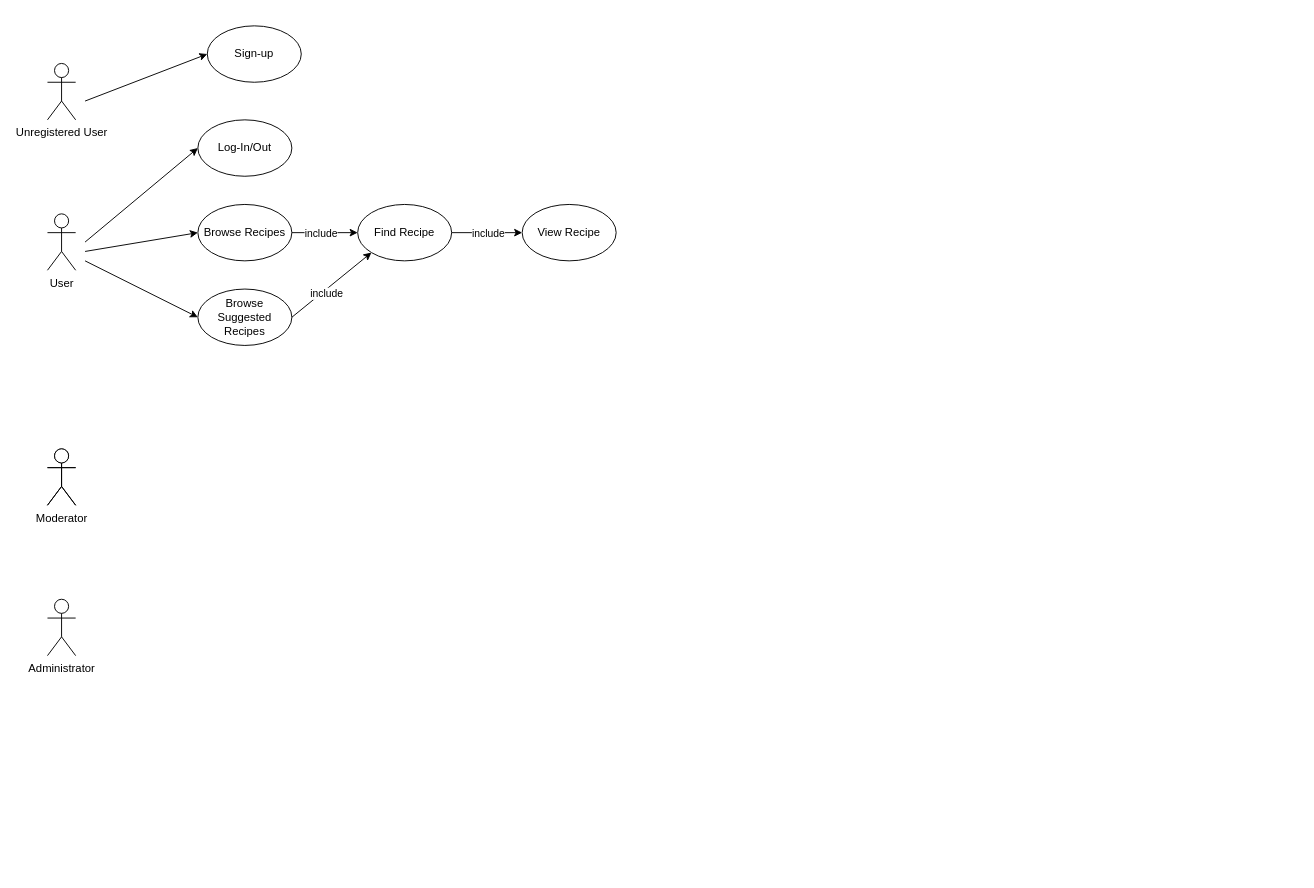
This is Documents/drawio/UseCaseDiagram.drawio from fraie98/JustRecipe, a draw.io file, before an edit. Source tidied: cells renumbered, new cells numbered last; positions are measured from the earlier drawing's top-left corner, leaving out a move shared by most shapes. Both pictures are drawn from the tidied source at 94%, with x=0, y=0 at pixel (47, 25).
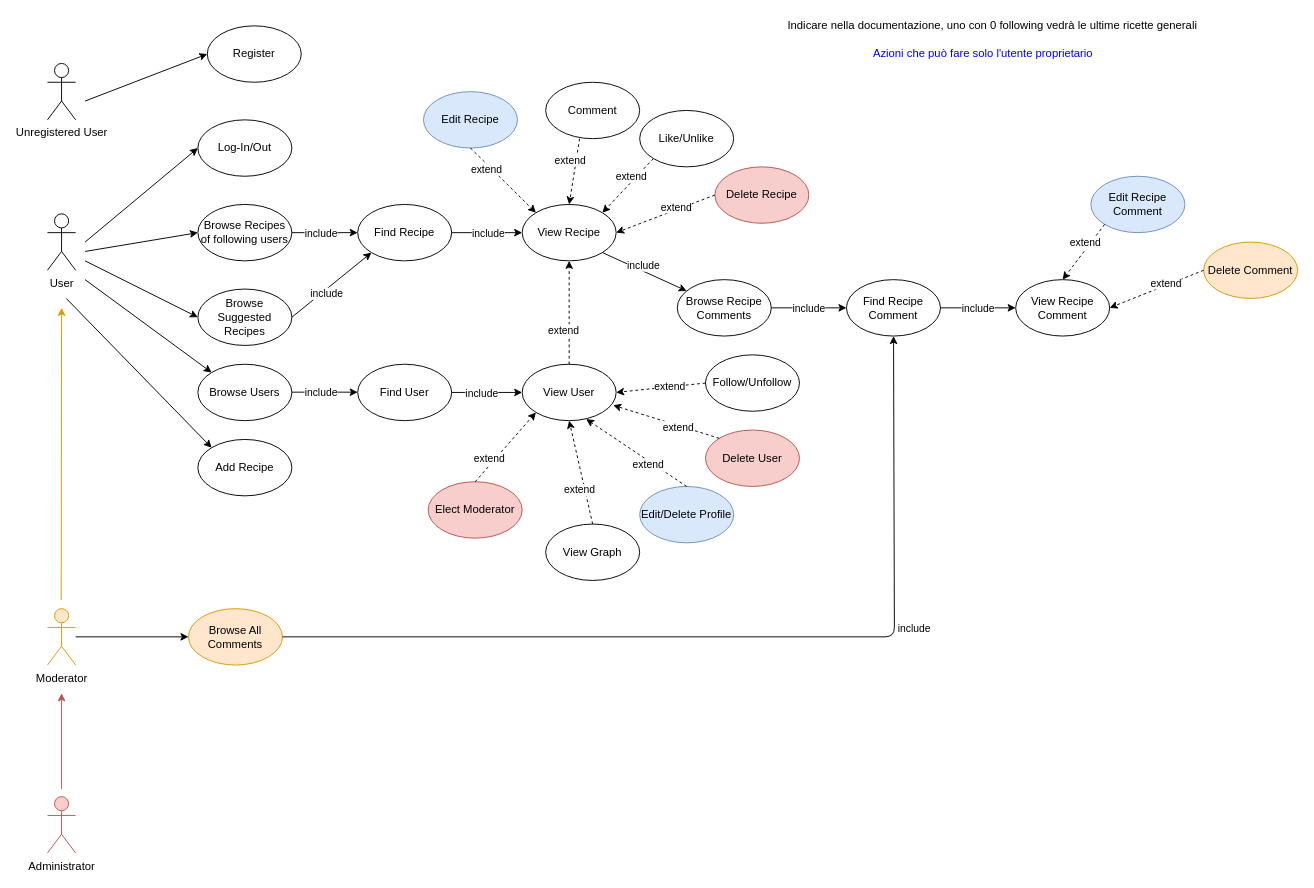
The same page after the edit.

Unchanged cells that the change refers to:
```xml
<mxCell id="13" value="View Recipe" style="ellipse;whiteSpace=wrap;html=1;" parent="1" vertex="1">
  <mxGeometry x="505" y="190" width="100" height="60" as="geometry" />
</mxCell>
```

What changed in the source:
```diff
@@
-    <mxCell id="2" value="Moderator" style="shape=umlActor;verticalLabelPosition=bottom;verticalAlign=top;html=1;outlineConnect=0;" parent="1" vertex="1">
-      <mxGeometry y="450" width="30" height="60" as="geometry" />
+    <mxCell id="2" value="Moderator" style="shape=umlActor;verticalLabelPosition=bottom;verticalAlign=top;html=1;outlineConnect=0;fillColor=#ffe6cc;strokeColor=#d79b00;" parent="1" vertex="1">
+      <mxGeometry y="620" width="30" height="60" as="geometry" />
     </mxCell>
-    <mxCell id="3" style="shape=umlActor;verticalLabelPosition=bottom;verticalAlign=top;html=1;" parent="1" vertex="1">
-      <mxGeometry y="450" width="30" height="60" as="geometry" />
-    </mxCell>
@@
-    <mxCell id="6" value="Administrator" style="shape=umlActor;verticalLabelPosition=bottom;verticalAlign=top;html=1;" parent="1" vertex="1">
-      <mxGeometry y="610" width="30" height="60" as="geometry" />
+    <mxCell id="6" value="Administrator" style="shape=umlActor;verticalLabelPosition=bottom;verticalAlign=top;html=1;fillColor=#f8cecc;strokeColor=#b85450;" parent="1" vertex="1">
+      <mxGeometry y="820" width="30" height="60" as="geometry" />
     </mxCell>
-    <mxCell id="7" value="Sign-up" style="ellipse;whiteSpace=wrap;html=1;" parent="1" vertex="1">
+    <mxCell id="7" value="Register" style="ellipse;whiteSpace=wrap;html=1;" parent="1" vertex="1">
       <mxGeometry x="170" width="100" height="60" as="geometry" />
     </mxCell>
@@
-    <mxCell id="11" value="Browse Recipes" style="ellipse;whiteSpace=wrap;html=1;" parent="1" vertex="1">
+    <mxCell id="11" value="Browse Recipes of following users" style="ellipse;whiteSpace=wrap;html=1;" parent="1" vertex="1">
       <mxGeometry x="160" y="190" width="100" height="60" as="geometry" />
     </mxCell>
@@
+    <mxCell id="23" value="Indicare nella documentazione, uno con 0 following vedrà le ultime ricette generali" style="text;html=1;align=center;verticalAlign=middle;" parent="1" vertex="1">
+      <mxGeometry x="780" y="-10" width="450" height="20" as="geometry" />
+    </mxCell>
+    <mxCell id="24" value="Browse Users" style="ellipse;whiteSpace=wrap;html=1;" parent="1" vertex="1">
+      <mxGeometry x="160" y="360" width="100" height="60" as="geometry" />
+    </mxCell>
+    <mxCell id="25" value="Find User" style="ellipse;whiteSpace=wrap;html=1;" parent="1" vertex="1">
+      <mxGeometry x="330" y="360" width="100" height="60" as="geometry" />
+    </mxCell>
+    <mxCell id="26" value="View User" style="ellipse;whiteSpace=wrap;html=1;" parent="1" vertex="1">
+      <mxGeometry x="505" y="360" width="100" height="60" as="geometry" />
+    </mxCell>
+    <mxCell id="27" value="Follow/Unfollow" style="ellipse;whiteSpace=wrap;html=1;" parent="1" vertex="1">
+      <mxGeometry x="700" y="350" width="100" height="60" as="geometry" />
+    </mxCell>
+    <mxCell id="28" style="endArrow=classic;html=1;entryX=0;entryY=0;entryDx=0;entryDy=0;" parent="1" edge="1" target="24">
+      <mxGeometry relative="1" as="geometry">
+        <mxPoint x="40" y="270" as="sourcePoint" />
+      </mxGeometry>
+    </mxCell>
+    <mxCell id="29" style="endArrow=classic;html=1;exitX=1;exitY=0.5;exitDx=0;exitDy=0;" parent="1" edge="1">
+      <mxGeometry relative="1" as="geometry">
+        <mxPoint x="260" y="389.7" as="sourcePoint" />
+        <mxPoint x="330" y="389.7" as="targetPoint" />
+      </mxGeometry>
+    </mxCell>
+    <mxCell id="30" value="include" style="edgeLabel;html=1;align=center;verticalAlign=middle;" parent="29" vertex="1">
+      <mxGeometry x="-0.27" y="-2" relative="1" as="geometry">
+        <mxPoint x="4.5" y="-2" as="offset" />
+      </mxGeometry>
+    </mxCell>
+    <mxCell id="31" style="endArrow=classic;html=1;exitX=1;exitY=0.5;exitDx=0;exitDy=0;entryX=0;entryY=0.5;entryDx=0;entryDy=0;" parent="1" edge="1" source="25" target="26">
+      <mxGeometry relative="1" as="geometry" />
+    </mxCell>
+    <mxCell id="32" value="include" style="edgeLabel;html=1;align=center;verticalAlign=middle;" parent="31" vertex="1">
+      <mxGeometry x="-0.27" y="-2" relative="1" as="geometry">
+        <mxPoint x="4.5" y="-2" as="offset" />
+      </mxGeometry>
+    </mxCell>
+    <mxCell id="33" style="endArrow=classic;html=1;entryX=1;entryY=0.5;entryDx=0;entryDy=0;exitX=0;exitY=0.5;exitDx=0;exitDy=0;dashed=1;" parent="1" edge="1" source="27" target="26">
+      <mxGeometry relative="1" as="geometry" />
+    </mxCell>
+    <mxCell id="34" value="extend" style="edgeLabel;html=1;align=center;verticalAlign=middle;" parent="33" vertex="1">
+      <mxGeometry x="-0.34" relative="1" as="geometry">
+        <mxPoint x="-6.7" y="-0.2" as="offset" />
+      </mxGeometry>
+    </mxCell>
+    <mxCell id="35" value="Comment" style="ellipse;whiteSpace=wrap;html=1;" parent="1" vertex="1">
+      <mxGeometry x="530" y="60" width="100" height="60" as="geometry" />
+    </mxCell>
+    <mxCell id="36" value="Like/Unlike" style="ellipse;whiteSpace=wrap;html=1;" parent="1" vertex="1">
+      <mxGeometry x="630" y="90" width="100" height="60" as="geometry" />
+    </mxCell>
+    <mxCell id="37" style="endArrow=classic;html=1;entryX=0.5;entryY=0;entryDx=0;entryDy=0;exitX=0.361;exitY=1;exitDx=0;exitDy=0;dashed=1;exitPerimeter=0;" parent="1" edge="1" source="35" target="13">
+      <mxGeometry relative="1" as="geometry" />
+    </mxCell>
+    <mxCell id="38" value="extend" style="edgeLabel;html=1;align=center;verticalAlign=middle;" parent="37" vertex="1">
+      <mxGeometry x="-0.34" relative="1" as="geometry">
+        <mxPoint x="-6.7" y="-0.2" as="offset" />
+      </mxGeometry>
+    </mxCell>
+    <mxCell id="39" style="endArrow=classic;html=1;entryX=0.5;entryY=1;entryDx=0;entryDy=0;exitX=0.5;exitY=0;exitDx=0;exitDy=0;dashed=1;" parent="1" edge="1" source="26" target="13">
+      <mxGeometry relative="1" as="geometry" />
+    </mxCell>
+    <mxCell id="40" value="extend" style="edgeLabel;html=1;align=center;verticalAlign=middle;" parent="39" vertex="1">
+      <mxGeometry x="-0.34" relative="1" as="geometry">
+        <mxPoint x="-6.7" y="-0.2" as="offset" />
+      </mxGeometry>
+    </mxCell>
+    <mxCell id="41" style="endArrow=classic;html=1;entryX=1;entryY=0;entryDx=0;entryDy=0;exitX=0;exitY=1;exitDx=0;exitDy=0;dashed=1;" parent="1" edge="1" source="36" target="13">
+      <mxGeometry relative="1" as="geometry" />
+    </mxCell>
+    <mxCell id="42" value="extend" style="edgeLabel;html=1;align=center;verticalAlign=middle;" parent="41" vertex="1">
+      <mxGeometry x="-0.34" relative="1" as="geometry">
+        <mxPoint x="-6.7" y="-0.2" as="offset" />
+      </mxGeometry>
+    </mxCell>
+    <mxCell id="43" value="Browse Recipe Comments" style="ellipse;whiteSpace=wrap;html=1;" parent="1" vertex="1">
+      <mxGeometry x="670" y="270" width="100" height="60" as="geometry" />
+    </mxCell>
+    <mxCell id="44" value="Find Recipe Comment" style="ellipse;whiteSpace=wrap;html=1;" parent="1" vertex="1">
+      <mxGeometry x="850" y="270" width="100" height="60" as="geometry" />
+    </mxCell>
+    <mxCell id="45" value="View Recipe Comment" style="ellipse;whiteSpace=wrap;html=1;" parent="1" vertex="1">
+      <mxGeometry x="1030" y="270" width="100" height="60" as="geometry" />
+    </mxCell>
+    <mxCell id="46" value="Edit Recipe" style="ellipse;whiteSpace=wrap;html=1;fillColor=#dae8fc;strokeColor=#6c8ebf;" parent="1" vertex="1">
+      <mxGeometry x="400" y="70" width="100" height="60" as="geometry" />
+    </mxCell>
+    <mxCell id="47" style="endArrow=classic;html=1;entryX=0;entryY=0;entryDx=0;entryDy=0;exitX=0.5;exitY=1;exitDx=0;exitDy=0;dashed=1;" parent="1" edge="1" source="46" target="13">
+      <mxGeometry relative="1" as="geometry" />
+    </mxCell>
+    <mxCell id="48" value="extend" style="edgeLabel;html=1;align=center;verticalAlign=middle;" parent="47" vertex="1">
+      <mxGeometry x="-0.34" relative="1" as="geometry">
+        <mxPoint x="-6.7" y="-0.2" as="offset" />
+      </mxGeometry>
+    </mxCell>
+    <mxCell id="49" style="endArrow=classic;html=1;exitX=1;exitY=1;exitDx=0;exitDy=0;" parent="1" edge="1" source="13" target="43">
+      <mxGeometry relative="1" as="geometry" />
+    </mxCell>
+    <mxCell id="50" value="include" style="edgeLabel;html=1;align=center;verticalAlign=middle;" parent="49" vertex="1">
+      <mxGeometry x="-0.34" relative="1" as="geometry">
+        <mxPoint x="13.8" as="offset" />
+      </mxGeometry>
+    </mxCell>
+    <mxCell id="51" style="endArrow=classic;html=1;exitX=1;exitY=0.5;exitDx=0;exitDy=0;entryX=0;entryY=0.5;entryDx=0;entryDy=0;" parent="1" edge="1" source="43" target="44">
+      <mxGeometry relative="1" as="geometry" />
+    </mxCell>
+    <mxCell id="52" value="include" style="edgeLabel;html=1;align=center;verticalAlign=middle;" parent="51" vertex="1">
+      <mxGeometry x="-0.34" relative="1" as="geometry">
+        <mxPoint x="13.8" as="offset" />
+      </mxGeometry>
+    </mxCell>
+    <mxCell id="53" style="endArrow=classic;html=1;exitX=1;exitY=0.5;exitDx=0;exitDy=0;entryX=0;entryY=0.5;entryDx=0;entryDy=0;" parent="1" edge="1" source="44" target="45">
+      <mxGeometry relative="1" as="geometry" />
+    </mxCell>
+    <mxCell id="54" value="include" style="edgeLabel;html=1;align=center;verticalAlign=middle;" parent="53" vertex="1">
+      <mxGeometry x="-0.34" relative="1" as="geometry">
+        <mxPoint x="13.8" as="offset" />
+      </mxGeometry>
+    </mxCell>
+    <mxCell id="55" value="Edit Recipe Comment" style="ellipse;whiteSpace=wrap;html=1;fillColor=#dae8fc;strokeColor=#6c8ebf;" parent="1" vertex="1">
+      <mxGeometry x="1110" y="160" width="100" height="60" as="geometry" />
+    </mxCell>
+    <mxCell id="56" value="Delete Comment" style="ellipse;whiteSpace=wrap;html=1;fillColor=#ffe6cc;strokeColor=#d79b00;" parent="1" vertex="1">
+      <mxGeometry x="1230" y="230" width="100" height="60" as="geometry" />
+    </mxCell>
+    <mxCell id="57" value="Delete Recipe" style="ellipse;whiteSpace=wrap;html=1;fillColor=#f8cecc;strokeColor=#b85450;" parent="1" vertex="1">
+      <mxGeometry x="710" y="150" width="100" height="60" as="geometry" />
+    </mxCell>
+    <mxCell id="58" style="endArrow=classic;html=1;entryX=1;entryY=0.5;entryDx=0;entryDy=0;exitX=0;exitY=0.5;exitDx=0;exitDy=0;dashed=1;" parent="1" edge="1" source="57" target="13">
+      <mxGeometry relative="1" as="geometry" />
+    </mxCell>
+    <mxCell id="59" value="extend" style="edgeLabel;html=1;align=center;verticalAlign=middle;" parent="58" vertex="1">
+      <mxGeometry x="-0.34" relative="1" as="geometry">
+        <mxPoint x="-6.7" y="-0.2" as="offset" />
+      </mxGeometry>
+    </mxCell>
+    <mxCell id="60" style="endArrow=classic;html=1;entryX=0.5;entryY=0;entryDx=0;entryDy=0;exitX=0;exitY=1;exitDx=0;exitDy=0;dashed=1;" parent="1" edge="1" source="55" target="45">
+      <mxGeometry relative="1" as="geometry" />
+    </mxCell>
+    <mxCell id="61" value="extend" style="edgeLabel;html=1;align=center;verticalAlign=middle;" parent="60" vertex="1">
+      <mxGeometry x="-0.34" relative="1" as="geometry">
+        <mxPoint x="-6.7" y="-0.2" as="offset" />
+      </mxGeometry>
+    </mxCell>
+    <mxCell id="62" style="endArrow=classic;html=1;entryX=1;entryY=0.5;entryDx=0;entryDy=0;exitX=0;exitY=0.5;exitDx=0;exitDy=0;dashed=1;" parent="1" edge="1" source="56" target="45">
+      <mxGeometry relative="1" as="geometry" />
+    </mxCell>
+    <mxCell id="63" value="extend" style="edgeLabel;html=1;align=center;verticalAlign=middle;" parent="62" vertex="1">
+      <mxGeometry x="-0.34" relative="1" as="geometry">
+        <mxPoint x="-6.7" y="-0.2" as="offset" />
+      </mxGeometry>
+    </mxCell>
+    <mxCell id="64" value="Delete User" style="ellipse;whiteSpace=wrap;html=1;fillColor=#f8cecc;strokeColor=#b85450;" parent="1" vertex="1">
+      <mxGeometry x="700" y="430" width="100" height="60" as="geometry" />
+    </mxCell>
+    <mxCell id="65" style="endArrow=classic;html=1;exitX=0;exitY=0;exitDx=0;exitDy=0;dashed=1;entryX=0.968;entryY=0.727;entryDx=0;entryDy=0;entryPerimeter=0;" parent="1" edge="1" source="64" target="26">
+      <mxGeometry relative="1" as="geometry" />
+    </mxCell>
+    <mxCell id="66" value="extend" style="edgeLabel;html=1;align=center;verticalAlign=middle;" parent="65" vertex="1">
+      <mxGeometry x="-0.34" relative="1" as="geometry">
+        <mxPoint x="-6.7" y="-0.2" as="offset" />
+      </mxGeometry>
+    </mxCell>
+    <mxCell id="67" value="&lt;font color=&quot;#0000ff&quot;&gt;Azioni che può fare solo l'utente proprietario&lt;/font&gt;" style="text;html=1;align=center;verticalAlign=middle;" parent="1" vertex="1">
+      <mxGeometry x="870" y="20" width="250" height="20" as="geometry" />
+    </mxCell>
+    <mxCell id="68" value="Edit/Delete Profile" style="ellipse;whiteSpace=wrap;html=1;fillColor=#dae8fc;strokeColor=#6c8ebf;" parent="1" vertex="1">
+      <mxGeometry x="630" y="490" width="100" height="60" as="geometry" />
+    </mxCell>
+    <mxCell id="69" style="endArrow=classic;html=1;entryX=0.681;entryY=0.972;entryDx=0;entryDy=0;exitX=0.5;exitY=0;exitDx=0;exitDy=0;dashed=1;entryPerimeter=0;" parent="1" edge="1" source="68" target="26">
+      <mxGeometry relative="1" as="geometry" />
+    </mxCell>
+    <mxCell id="70" value="extend" style="edgeLabel;html=1;align=center;verticalAlign=middle;" parent="69" vertex="1">
+      <mxGeometry x="-0.34" relative="1" as="geometry">
+        <mxPoint x="-6.7" y="-0.2" as="offset" />
+      </mxGeometry>
+    </mxCell>
+    <mxCell id="71" value="View Graph" style="ellipse;whiteSpace=wrap;html=1;" parent="1" vertex="1">
+      <mxGeometry x="530" y="530" width="100" height="60" as="geometry" />
+    </mxCell>
+    <mxCell id="72" style="endArrow=classic;html=1;entryX=0.5;entryY=1;entryDx=0;entryDy=0;exitX=0.5;exitY=0;exitDx=0;exitDy=0;dashed=1;" parent="1" edge="1" source="71" target="26">
+      <mxGeometry relative="1" as="geometry" />
+    </mxCell>
+    <mxCell id="73" value="extend" style="edgeLabel;html=1;align=center;verticalAlign=middle;" parent="72" vertex="1">
+      <mxGeometry x="-0.34" relative="1" as="geometry">
+        <mxPoint x="-6.7" y="-0.2" as="offset" />
+      </mxGeometry>
+    </mxCell>
+    <mxCell id="74" value="Add Recipe" style="ellipse;whiteSpace=wrap;html=1;" parent="1" vertex="1">
+      <mxGeometry x="160" y="440" width="100" height="60" as="geometry" />
+    </mxCell>
+    <mxCell id="75" style="endArrow=classic;html=1;entryX=0;entryY=0;entryDx=0;entryDy=0;" parent="1" edge="1" target="74">
+      <mxGeometry relative="1" as="geometry">
+        <mxPoint x="20" y="290" as="sourcePoint" />
+      </mxGeometry>
+    </mxCell>
+    <mxCell id="76" value="Elect Moderator" style="ellipse;whiteSpace=wrap;html=1;fillColor=#f8cecc;strokeColor=#b85450;" parent="1" vertex="1">
+      <mxGeometry x="405" y="485" width="100" height="60" as="geometry" />
+    </mxCell>
+    <mxCell id="77" style="endArrow=classic;html=1;entryX=0;entryY=1;entryDx=0;entryDy=0;exitX=0.5;exitY=0;exitDx=0;exitDy=0;dashed=1;" parent="1" edge="1" source="76" target="26">
+      <mxGeometry relative="1" as="geometry" />
+    </mxCell>
+    <mxCell id="78" value="extend" style="edgeLabel;html=1;align=center;verticalAlign=middle;" parent="77" vertex="1">
+      <mxGeometry x="-0.34" relative="1" as="geometry">
+        <mxPoint x="-6.7" y="-0.2" as="offset" />
+      </mxGeometry>
+    </mxCell>
+    <mxCell id="79" value="Browse All Comments" style="ellipse;whiteSpace=wrap;html=1;fillColor=#ffe6cc;strokeColor=#d79b00;" parent="1" vertex="1">
+      <mxGeometry x="150" y="620" width="100" height="60" as="geometry" />
+    </mxCell>
+    <mxCell id="80" style="endArrow=classic;html=1;exitX=1;exitY=0.5;exitDx=0;exitDy=0;" parent="1" edge="1" source="79" target="44">
+      <mxGeometry relative="1" as="geometry">
+        <Array as="points">
+          <mxPoint x="901" y="650" />
+        </Array>
+      </mxGeometry>
+    </mxCell>
+    <mxCell id="81" value="include" style="edgeLabel;html=1;align=center;verticalAlign=middle;" parent="80" vertex="1">
+      <mxGeometry x="-0.34" relative="1" as="geometry">
+        <mxPoint x="351.2" y="-10" as="offset" />
+      </mxGeometry>
+    </mxCell>
+    <mxCell id="82" style="endArrow=classic;html=1;entryX=0;entryY=0.5;entryDx=0;entryDy=0;" parent="1" edge="1" source="2" target="79">
+      <mxGeometry relative="1" as="geometry" />
+    </mxCell>
+    <mxCell id="83" style="endArrow=classic;html=1;fillColor=#f8cecc;strokeColor=#b85450;" parent="1" edge="1">
+      <mxGeometry relative="1" as="geometry">
+        <mxPoint x="15" y="811.7" as="sourcePoint" />
+        <mxPoint x="15" y="710" as="targetPoint" />
+      </mxGeometry>
+    </mxCell>
+    <mxCell id="84" style="endArrow=classic;html=1;fillColor=#ffe6cc;strokeColor=#d79b00;" parent="1" edge="1">
+      <mxGeometry relative="1" as="geometry">
+        <mxPoint x="14.6" y="610.8" as="sourcePoint" />
+        <mxPoint x="15" y="300" as="targetPoint" />
+      </mxGeometry>
+    </mxCell>
```
